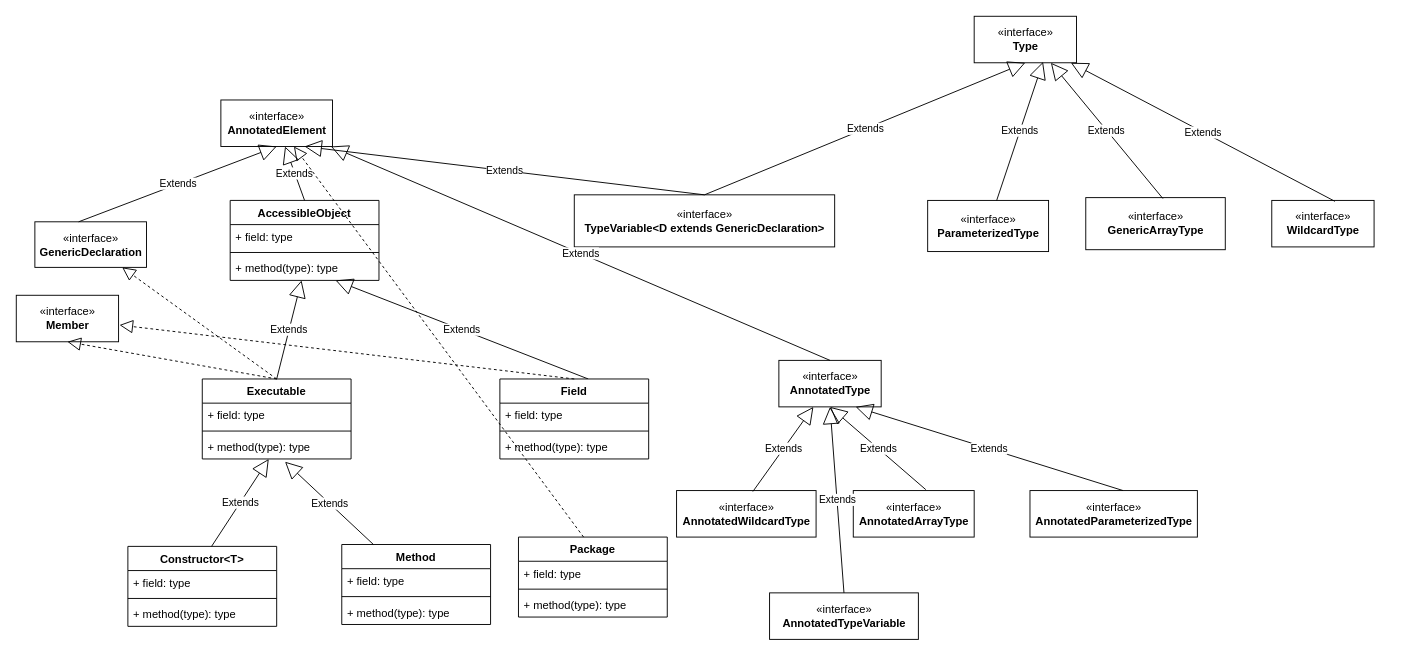
This is page "反射" (15 of 18) of JDK.drawio from tadsimons/draw, a draw.io file, before an edit. Source tidied: cells renumbered, new cells numbered last; positions are measured from the earlier drawing's top-left corner, leaving out a move shared by most shapes. Both pictures are drawn from the tidied source at 93%, with x=0, y=0 at pixel (16, 16).
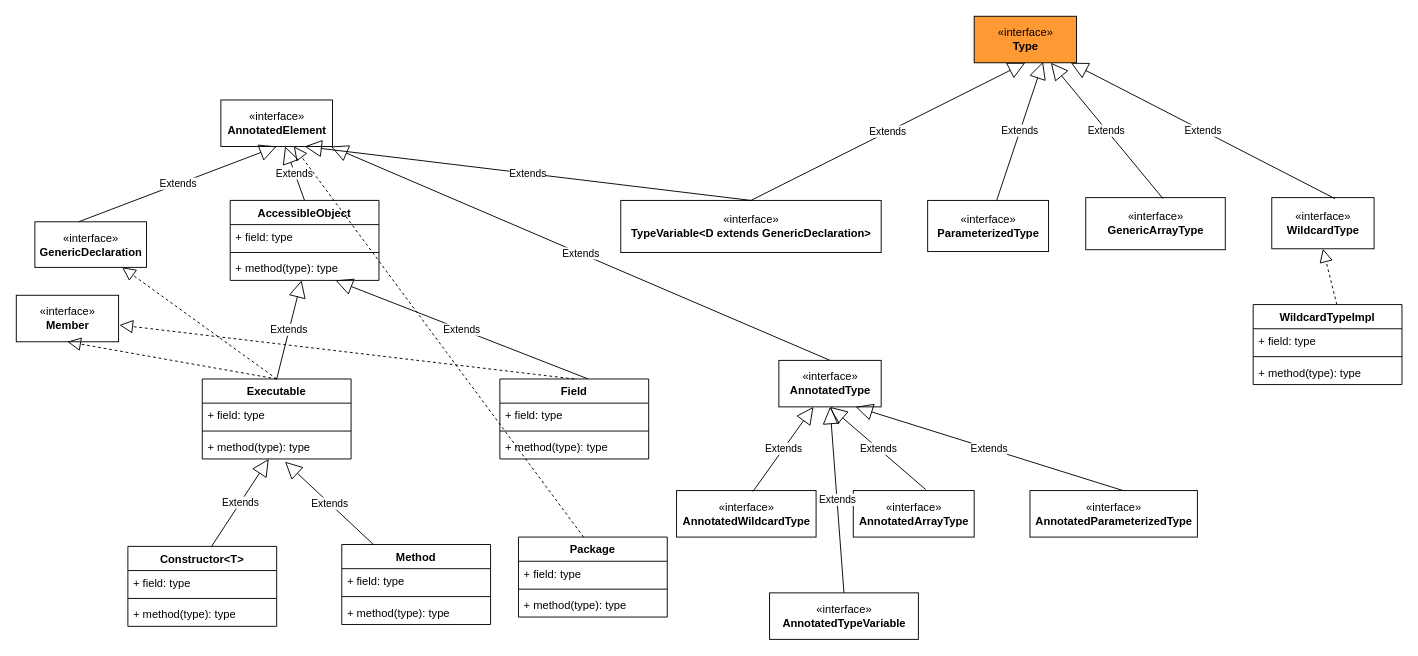
The same diagram, later.

The edit, as a diff of the source:
```diff
@@
-    <mxCell id="3" value="«interface»&lt;br&gt;&lt;b&gt;Type&lt;/b&gt;" style="html=1;" parent="1" vertex="1">
+    <mxCell id="3" value="«interface»&lt;br&gt;&lt;b&gt;Type&lt;/b&gt;" style="html=1;fillColor=#FF9933;" parent="1" vertex="1">
       <mxGeometry x="1030" width="110" height="50" as="geometry" />
     </mxCell>
     <mxCell id="4" value="«interface»&lt;br&gt;&lt;b&gt;TypeVariable&amp;lt;D extends GenericDeclaration&amp;gt;&lt;/b&gt;" style="html=1;" parent="1" vertex="1">
-      <mxGeometry x="600" y="192" width="280" height="56" as="geometry" />
+      <mxGeometry x="650" y="198" width="280" height="56" as="geometry" />
     </mxCell>
@@
     <mxCell id="14" value="«interface»&lt;br&gt;&lt;b&gt;WildcardType&lt;/b&gt;" style="html=1;" parent="1" vertex="1">
-      <mxGeometry x="1350" y="198" width="110" height="50" as="geometry" />
+      <mxGeometry x="1350" y="195" width="110" height="55" as="geometry" />
     </mxCell>
@@
+    <mxCell id="59" value="WildcardTypeImpl" style="swimlane;fontStyle=1;align=center;verticalAlign=top;horizontal=1;startSize=26;fillColor=#FFFFFF;" parent="1" vertex="1">
+      <mxGeometry x="1330" y="310" width="160" height="86" as="geometry" />
+    </mxCell>
+    <mxCell id="60" style="endArrow=block;dashed=1;endFill=0;endSize=12;html=1;entryX=0.5;entryY=1;entryDx=0;entryDy=0;" parent="59" edge="1" target="14">
+      <mxGeometry relative="1" as="geometry">
+        <mxPoint x="90" as="sourcePoint" />
+      </mxGeometry>
+    </mxCell>
+    <mxCell id="61" value="+ field: type" style="text;strokeColor=none;fillColor=none;align=left;verticalAlign=top;spacingLeft=4;spacingRight=4;overflow=hidden;" parent="59" vertex="1">
+      <mxGeometry y="26" width="160" height="26" as="geometry" />
+    </mxCell>
+    <mxCell id="62" style="line;strokeWidth=1;fillColor=none;align=left;verticalAlign=middle;spacingTop=-1;spacingLeft=3;spacingRight=3;labelPosition=right;" parent="59" vertex="1">
+      <mxGeometry y="52" width="160" height="8" as="geometry" />
+    </mxCell>
+    <mxCell id="63" value="+ method(type): type" style="text;strokeColor=none;fillColor=none;align=left;verticalAlign=top;spacingLeft=4;spacingRight=4;overflow=hidden;" parent="59" vertex="1">
+      <mxGeometry y="60" width="160" height="26" as="geometry" />
+    </mxCell>
```
